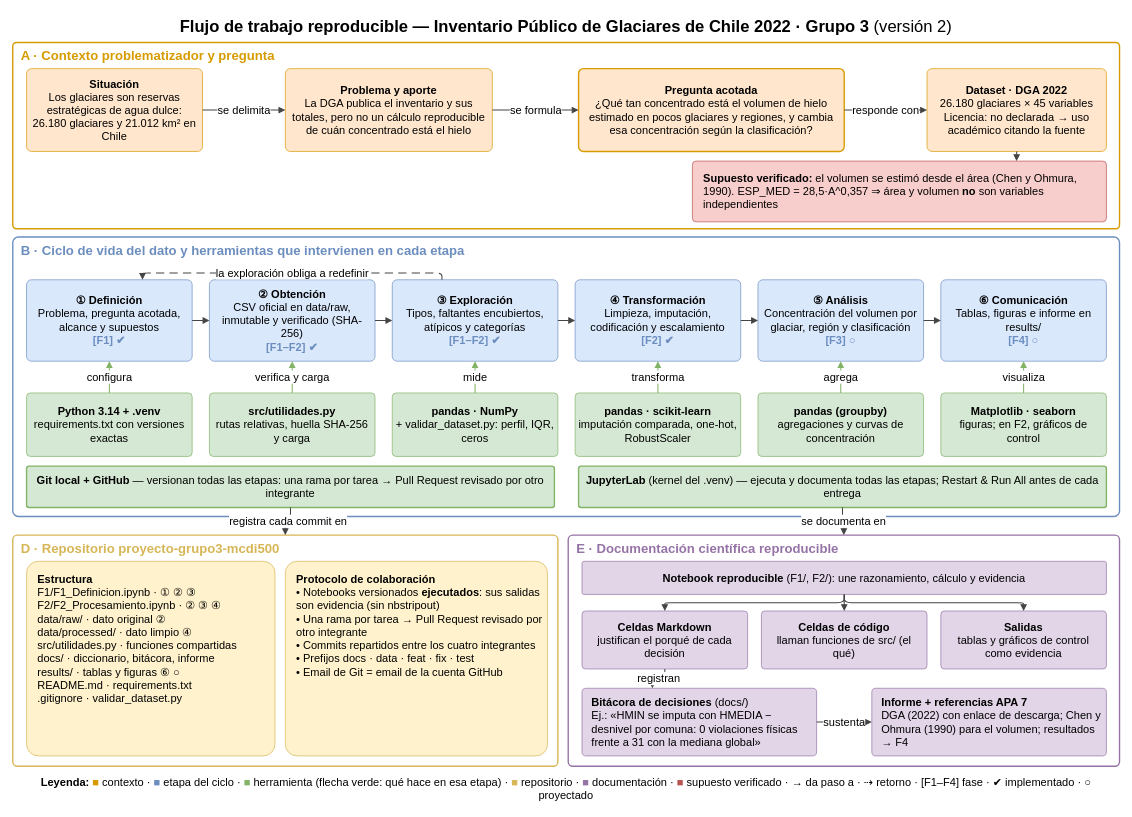
This is page "Mapa conceptual" (2 of 2) of docs/f1/mapa_conceptual_fase1.drawio from fcorreasoto/proyecto-grupo3-mcdi500, a draw.io file, before an edit. Source tidied: cells renumbered, new cells numbered last; positions are measured from the earlier drawing's top-left corner, leaving out a move shared by most shapes. Both pictures are drawn from the tidied source at 69%, with x=0, y=0 at pixel (12, 12).
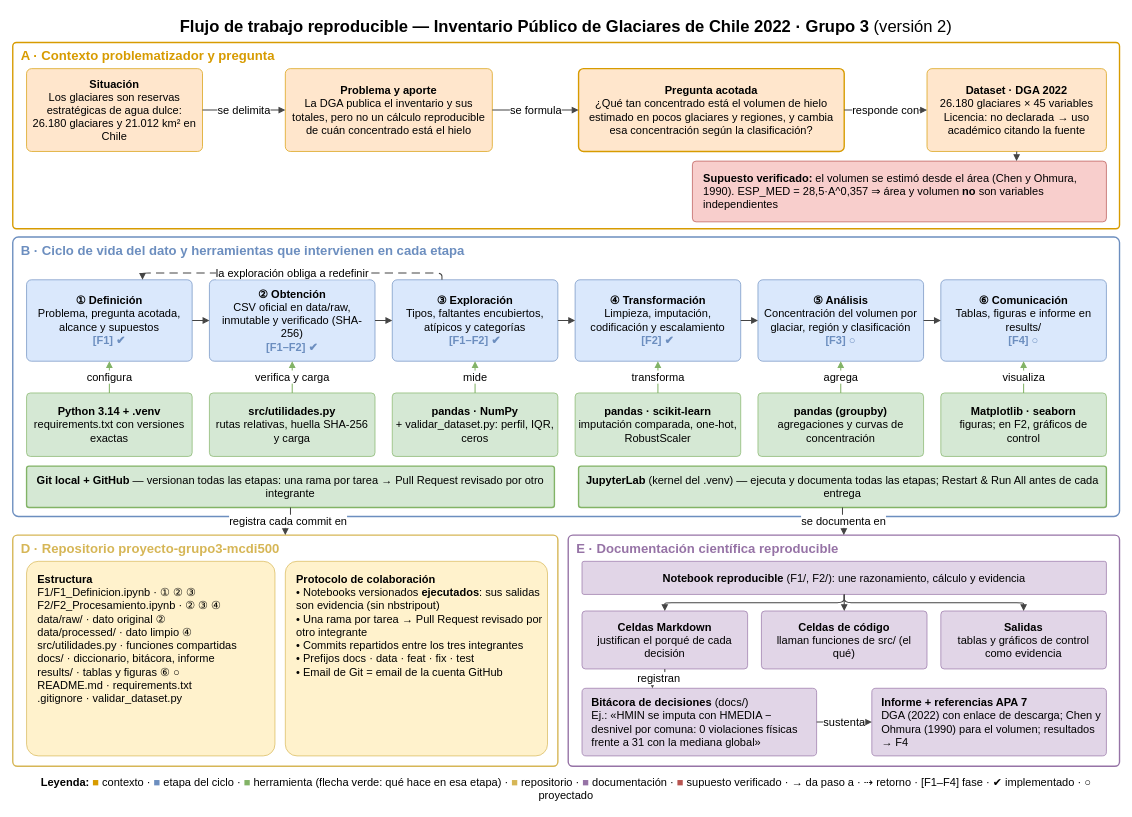
Above is the later version.

Commit message (it also covers changes not shown here):
docs: actualiza los integrantes según el acta en README, notebooks y mapa conceptual

Change to the diagram source:
```diff
@@
-    <mxCell id="42" value="&lt;b&gt;Protocolo de colaboración&lt;/b&gt;&lt;br&gt;• Notebooks versionados &lt;b&gt;ejecutados&lt;/b&gt;: sus salidas son evidencia (sin nbstripout)&lt;br&gt;• Una rama por tarea → Pull Request revisado por otro integrante&lt;br&gt;• Commits repartidos entre los cuatro integrantes&lt;br&gt;• Prefijos docs · data · feat · fix · test&lt;br&gt;• Email de Git = email de la cuenta GitHub" style="rounded=1;arcSize=6;whiteSpace=wrap;html=1;fontFamily=Arial;fontSize=16;fillColor=#FFF2CC;strokeColor=#D6B656;verticalAlign=middle;spacing=6;align=left;verticalAlign=top;spacingLeft=10;spacingTop=6;" parent="1" vertex="1">
+    <mxCell id="42" value="&lt;b&gt;Protocolo de colaboración&lt;/b&gt;&lt;br&gt;• Notebooks versionados &lt;b&gt;ejecutados&lt;/b&gt;: sus salidas son evidencia (sin nbstripout)&lt;br&gt;• Una rama por tarea → Pull Request revisado por otro integrante&lt;br&gt;• Commits repartidos entre los tres integrantes&lt;br&gt;• Prefijos docs · data · feat · fix · test&lt;br&gt;• Email de Git = email de la cuenta GitHub" style="rounded=1;arcSize=6;whiteSpace=wrap;html=1;fontFamily=Arial;fontSize=16;fillColor=#FFF2CC;strokeColor=#D6B656;verticalAlign=middle;spacing=6;align=left;verticalAlign=top;spacingLeft=10;spacingTop=6;" parent="1" vertex="1">
       <mxGeometry x="395" y="796" width="380" height="282" as="geometry" />
     </mxCell>
```
